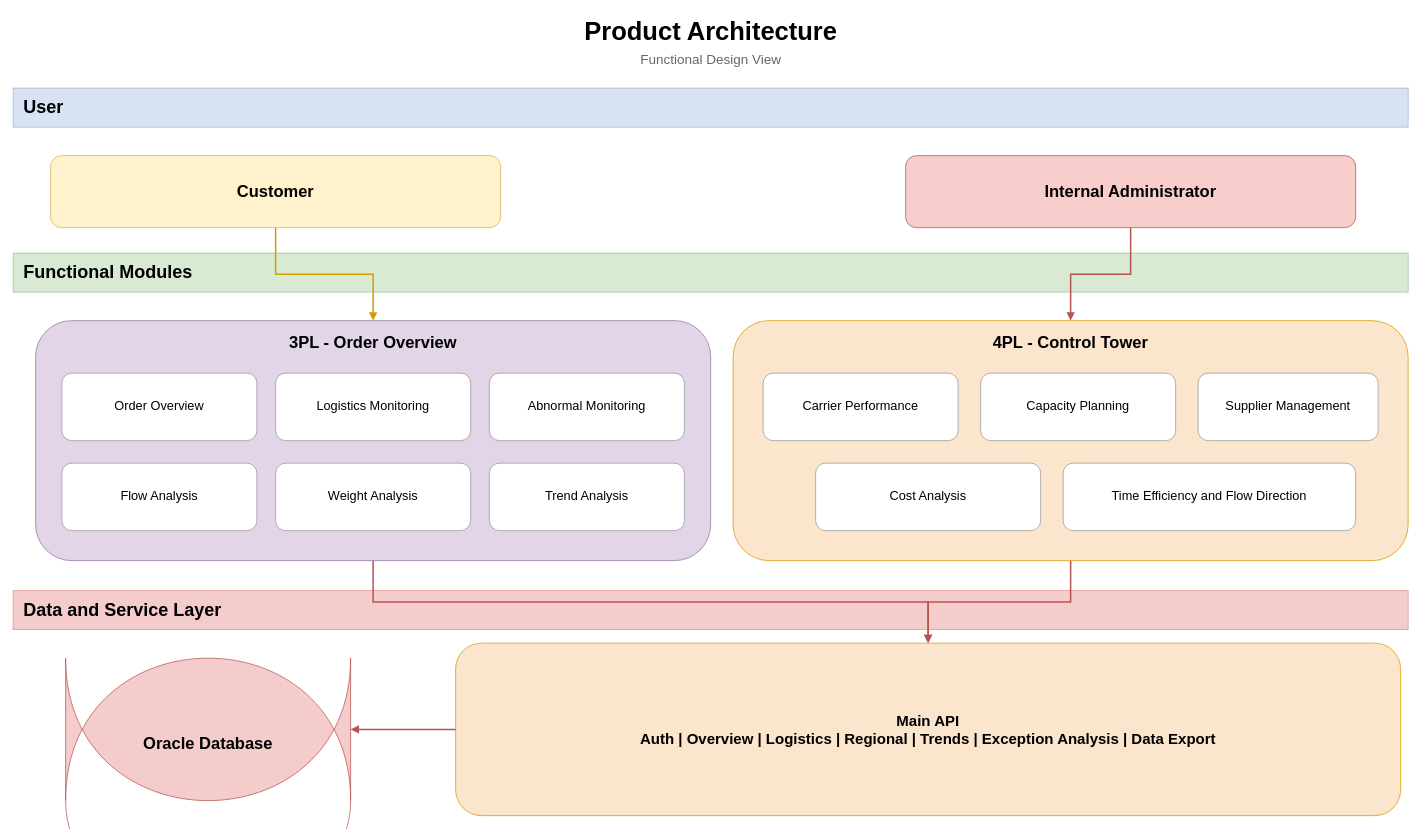
This is src/docs/product-architecture-corrected.drawio from MCL-TMS/vf, a draw.io file, before an edit. Source tidied: cells renumbered, new cells numbered last; positions are measured from the earlier drawing's top-left corner, leaving out a move shared by most shapes. Both pictures are drawn from the tidied source at 75%, with x=0, y=0 at pixel (13, 13).
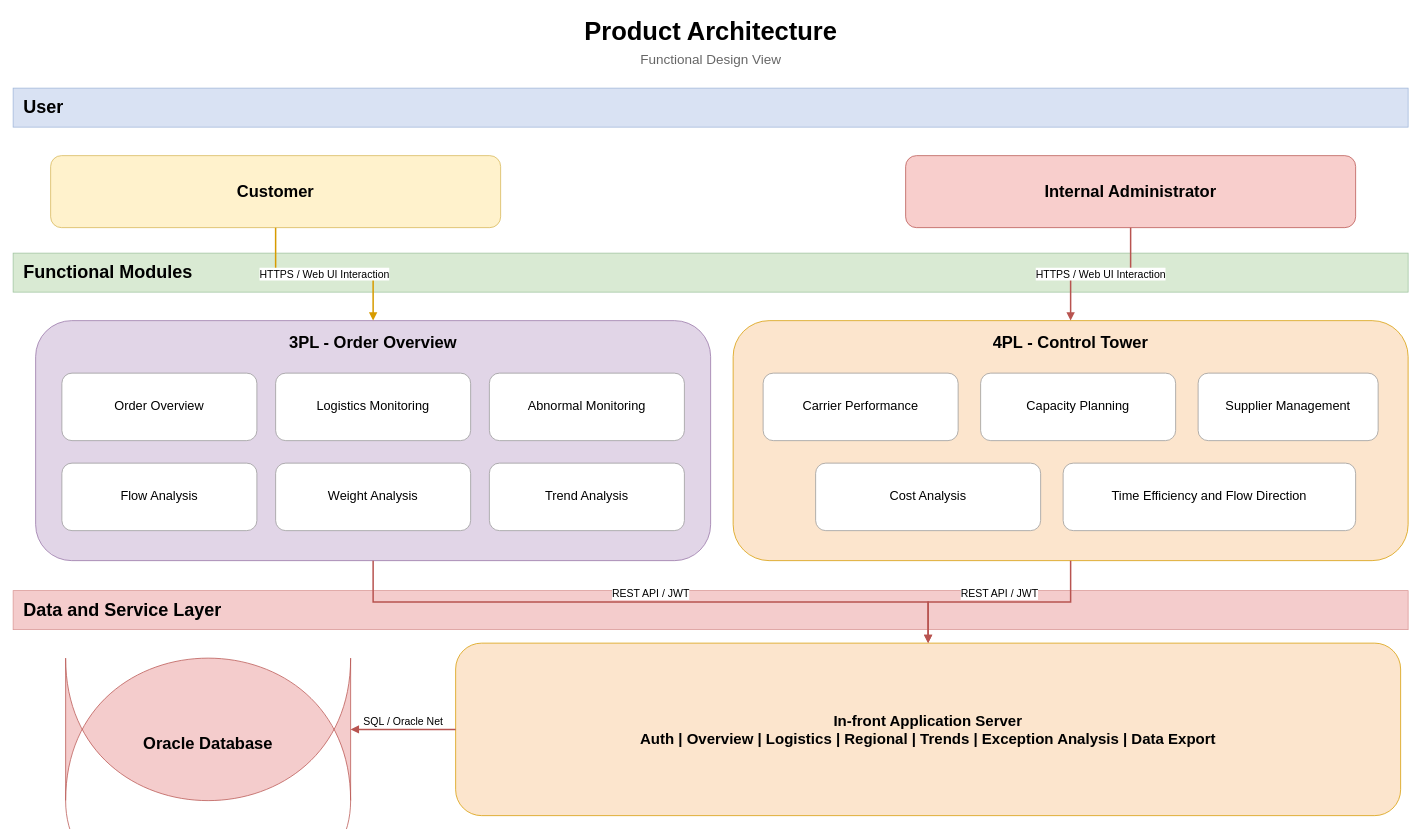
The same diagram, later.

The change refers to these unchanged cells:
```xml
<mxCell id="5" value="Customer" style="rounded=1;whiteSpace=wrap;html=1;fillColor=#fff2cc;strokeColor=#d6b656;fontSize=22;fontStyle=1;align=center;verticalAlign=middle;" parent="1" vertex="1">
  <mxGeometry x="50" y="190" width="600" height="96" as="geometry" />
</mxCell>
<mxCell id="6" value="Internal Administrator" style="rounded=1;whiteSpace=wrap;html=1;fillColor=#f8cecc;strokeColor=#b85450;fontSize=22;fontStyle=1;align=center;verticalAlign=middle;" parent="1" vertex="1">
  <mxGeometry x="1190" y="190" width="600" height="96" as="geometry" />
</mxCell>
<mxCell id="8" value="3PL - Order Overview" style="rounded=1;whiteSpace=wrap;html=1;fillColor=#e1d5e7;strokeColor=#9673a6;fontSize=22;fontStyle=1;align=center;verticalAlign=top;spacingTop=10;" parent="1" vertex="1">
  <mxGeometry x="30" y="410" width="900" height="320" as="geometry" />
</mxCell>
<mxCell id="15" value="4PL - Control Tower" style="rounded=1;whiteSpace=wrap;html=1;fillColor=#fce5cd;strokeColor=#d79b00;fontSize=22;fontStyle=1;align=center;verticalAlign=top;spacingTop=10;" parent="1" vertex="1">
  <mxGeometry x="960" y="410" width="900" height="320" as="geometry" />
</mxCell>
<mxCell id="22" value="Oracle Database" style="shape=cylinder;whiteSpace=wrap;html=1;boundedLbl=1;size=16;fillColor=#f4cccc;strokeColor=#b85450;fontSize=22;fontStyle=1;align=center;verticalAlign=middle;" parent="1" vertex="1">
  <mxGeometry x="70" y="860" width="380" height="190" as="geometry" />
</mxCell>
```

What changed in the source:
```diff
@@
-    <mxCell id="23" value="Main API&#10;Auth | Overview | Logistics | Regional | Trends | Exception Analysis | Data Export" style="rounded=1;whiteSpace=wrap;html=1;fillColor=#fce5cd;strokeColor=#d79b00;fontSize=20;fontStyle=1;align=center;verticalAlign=middle;" parent="1" vertex="1">
+    <mxCell id="23" value="In-front Application Server&#10;Auth | Overview | Logistics | Regional | Trends | Exception Analysis | Data Export" style="rounded=1;whiteSpace=wrap;html=1;fillColor=#fce5cd;strokeColor=#d79b00;fontSize=20;fontStyle=1;align=center;verticalAlign=middle;" parent="1" vertex="1">
       <mxGeometry x="590" y="840" width="1260" height="230" as="geometry" />
     </mxCell>
-    <mxCell id="24" style="edgeStyle=orthogonalEdgeStyle;rounded=0;jettySize=auto;html=1;endArrow=block;endFill=1;strokeWidth=2;strokeColor=#d79b00;" parent="1" edge="1" source="5" target="8">
+    <mxCell id="24" value="HTTPS / Web UI Interaction" style="edgeStyle=orthogonalEdgeStyle;rounded=0;jettySize=auto;html=1;endArrow=block;endFill=1;strokeWidth=2;strokeColor=#d79b00;fontSize=14;align=center;" parent="1" edge="1" source="5" target="8">
       <mxGeometry relative="1" as="geometry" />
     </mxCell>
-    <mxCell id="25" style="edgeStyle=orthogonalEdgeStyle;rounded=0;jettySize=auto;html=1;endArrow=block;endFill=1;strokeWidth=2;strokeColor=#b85450;" parent="1" edge="1" source="6" target="15">
+    <mxCell id="25" value="HTTPS / Web UI Interaction" style="edgeStyle=orthogonalEdgeStyle;rounded=0;jettySize=auto;html=1;endArrow=block;endFill=1;strokeWidth=2;strokeColor=#b85450;fontSize=14;align=center;" parent="1" edge="1" source="6" target="15">
       <mxGeometry relative="1" as="geometry" />
     </mxCell>
-    <mxCell id="26" style="edgeStyle=orthogonalEdgeStyle;rounded=0;jettySize=auto;html=1;endArrow=block;endFill=1;strokeWidth=2;strokeColor=#b85450;" parent="1" edge="1" source="8" target="23">
+    <mxCell id="26" value="REST API / JWT" style="edgeStyle=orthogonalEdgeStyle;rounded=0;jettySize=auto;html=1;endArrow=block;endFill=1;strokeWidth=2;strokeColor=#b85450;fontSize=14;align=center;verticalAlign=bottom;" parent="1" edge="1" source="8" target="23">
       <mxGeometry relative="1" as="geometry" />
     </mxCell>
-    <mxCell id="27" style="edgeStyle=orthogonalEdgeStyle;rounded=0;jettySize=auto;html=1;endArrow=block;endFill=1;strokeWidth=2;strokeColor=#b85450;" parent="1" edge="1" source="15" target="23">
+    <mxCell id="27" value="REST API / JWT" style="edgeStyle=orthogonalEdgeStyle;rounded=0;jettySize=auto;html=1;endArrow=block;endFill=1;strokeWidth=2;strokeColor=#b85450;fontSize=14;align=center;verticalAlign=bottom;" parent="1" edge="1" source="15" target="23">
       <mxGeometry relative="1" as="geometry" />
     </mxCell>
-    <mxCell id="28" style="edgeStyle=orthogonalEdgeStyle;rounded=0;jettySize=auto;html=1;endArrow=block;endFill=1;strokeWidth=2;strokeColor=#b85450;" parent="1" edge="1" source="23" target="22">
+    <mxCell id="28" value="SQL / Oracle Net" style="edgeStyle=orthogonalEdgeStyle;rounded=0;jettySize=auto;html=1;endArrow=block;endFill=1;strokeWidth=2;strokeColor=#b85450;fontSize=14;align=center;verticalAlign=bottom;" parent="1" edge="1" source="23" target="22">
       <mxGeometry relative="1" as="geometry" />
     </mxCell>
```
